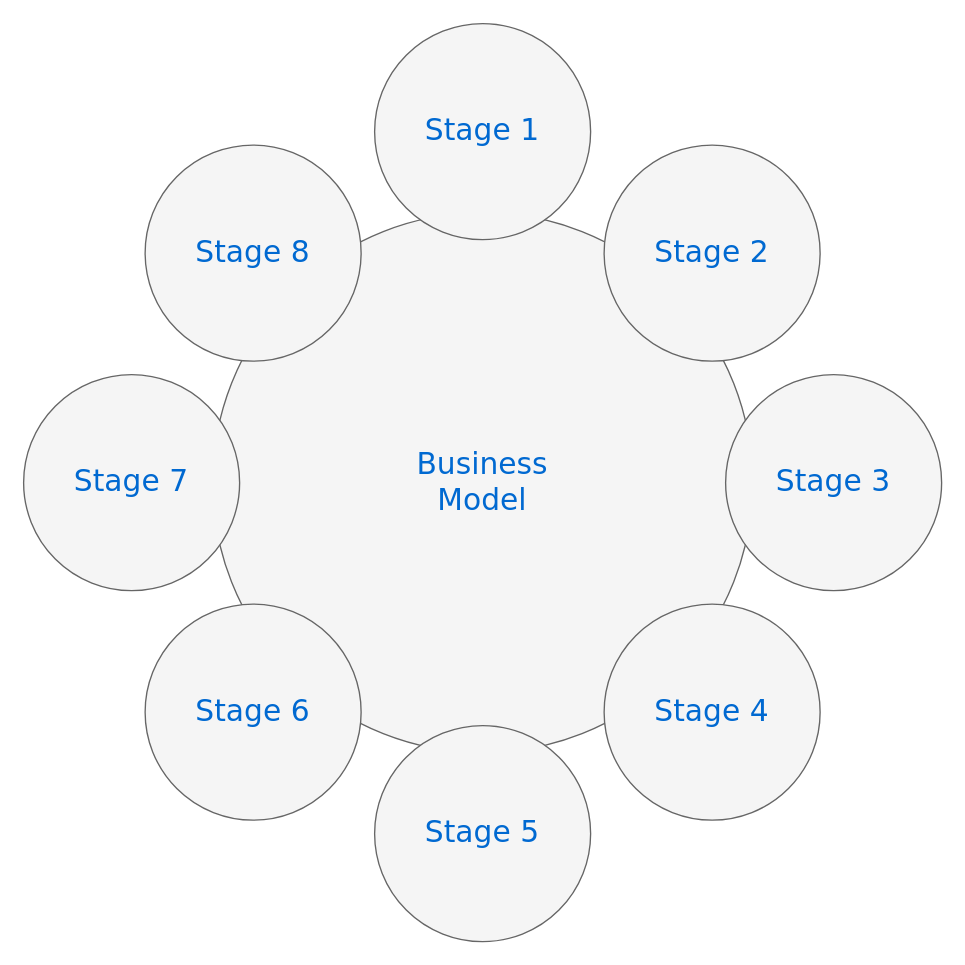
This is public-module/location/Untitled Diagram.drawio from 316189693/drawio, a draw.io file, before an edit. Source tidied: cells renumbered, new cells numbered last; positions are measured from the earlier drawing's top-left corner, leaving out a move shared by most shapes. Both pictures are drawn from the tidied source at 135%, with x=0, y=0 at pixel (23, 23).
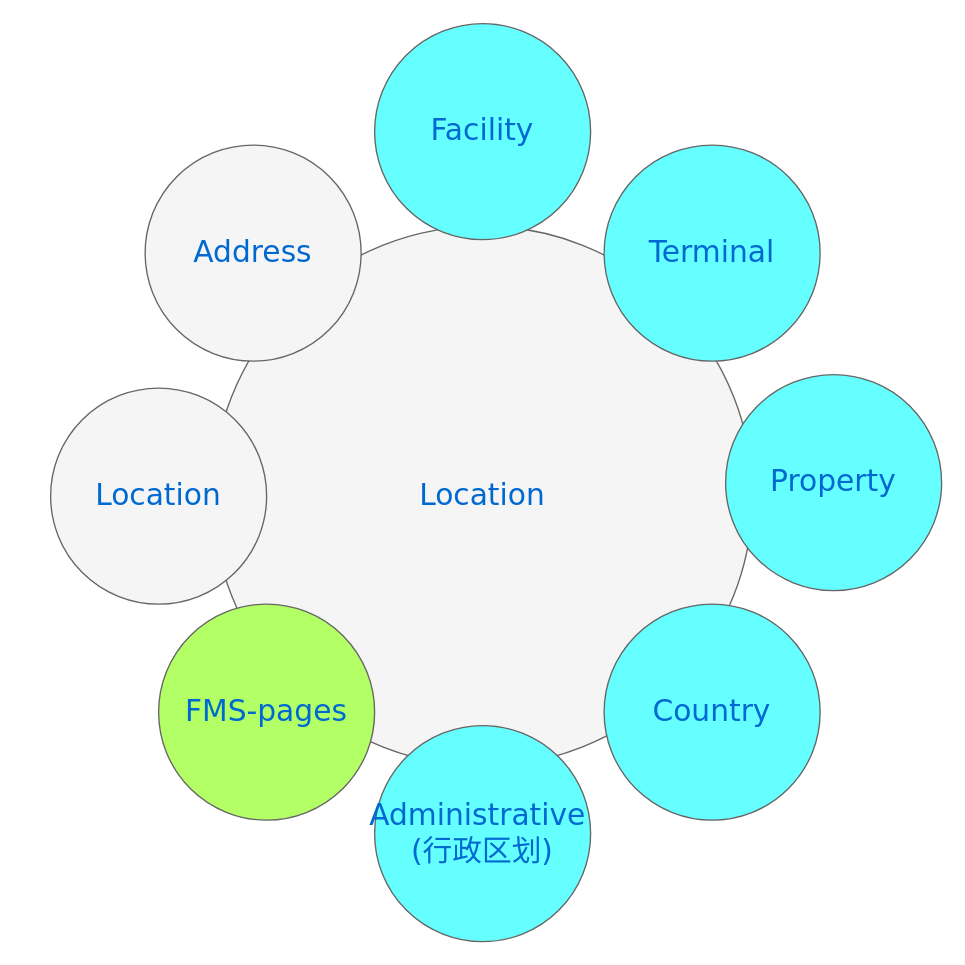
The same diagram, later.

The edit, as a diff of the source:
```diff
@@
 <mxGraphModel>
   <root>
     <mxCell id="0" />
     <mxCell id="1" parent="0" />
-    <mxCell id="2" value="Business&lt;div&gt;Model&lt;/div&gt;" style="ellipse;whiteSpace=wrap;html=1;rounded=0;shadow=0;dashed=0;comic=0;fontFamily=Verdana;fontSize=22;fontColor=#0069D1;fillColor=#f5f5f5;strokeColor=#666666;" parent="1" vertex="1">
-      <mxGeometry x="140" y="140" width="400" height="400" as="geometry" />
+    <mxCell id="2" value="Location" style="ellipse;whiteSpace=wrap;html=1;rounded=0;shadow=0;dashed=0;comic=0;fontFamily=Verdana;fontSize=22;fontColor=#0069D1;fillColor=#f5f5f5;strokeColor=#666666;" parent="1" vertex="1">
+      <mxGeometry x="140" y="150" width="400" height="400" as="geometry" />
     </mxCell>
-    <mxCell id="3" value="Stage 1" style="ellipse;whiteSpace=wrap;html=1;rounded=0;shadow=0;dashed=0;comic=0;fontFamily=Verdana;fontSize=22;fontColor=#0069D1;fillColor=#f5f5f5;strokeColor=#666666;" parent="1" vertex="1">
+    <mxCell id="3" value="Facility" style="ellipse;whiteSpace=wrap;html=1;rounded=0;shadow=0;dashed=0;comic=0;fontFamily=Verdana;fontSize=22;fontColor=#0069D1;fillColor=#66FFFF;strokeColor=#666666;" parent="1" vertex="1">
       <mxGeometry x="260" width="160" height="160" as="geometry" />
     </mxCell>
-    <mxCell id="4" value="Stage 5" style="ellipse;whiteSpace=wrap;html=1;rounded=0;shadow=0;dashed=0;comic=0;fontFamily=Verdana;fontSize=22;fontColor=#0069D1;fillColor=#f5f5f5;strokeColor=#666666;" parent="1" vertex="1">
+    <mxCell id="4" value="Administrative&amp;nbsp;&lt;div&gt;(行政区划)&lt;/div&gt;" style="ellipse;whiteSpace=wrap;html=1;rounded=0;shadow=0;dashed=0;comic=0;fontFamily=Verdana;fontSize=22;fontColor=#0069D1;fillColor=#66FFFF;strokeColor=#666666;" parent="1" vertex="1">
       <mxGeometry x="260" y="520" width="160" height="160" as="geometry" />
     </mxCell>
-    <mxCell id="5" value="Stage 3" style="ellipse;whiteSpace=wrap;html=1;rounded=0;shadow=0;dashed=0;comic=0;fontFamily=Verdana;fontSize=22;fontColor=#0069D1;fillColor=#f5f5f5;strokeColor=#666666;" parent="1" vertex="1">
+    <mxCell id="5" value="Property" style="ellipse;whiteSpace=wrap;html=1;rounded=0;shadow=0;dashed=0;comic=0;fontFamily=Verdana;fontSize=22;fontColor=#0069D1;fillColor=#66FFFF;strokeColor=#666666;" parent="1" vertex="1">
       <mxGeometry x="520" y="260" width="160" height="160" as="geometry" />
     </mxCell>
-    <mxCell id="6" value="Stage 7" style="ellipse;whiteSpace=wrap;html=1;rounded=0;shadow=0;dashed=0;comic=0;fontFamily=Verdana;fontSize=22;fontColor=#0069D1;fillColor=#f5f5f5;strokeColor=#666666;" parent="1" vertex="1">
-      <mxGeometry y="260" width="160" height="160" as="geometry" />
+    <mxCell id="6" value="FMS-pages" style="ellipse;whiteSpace=wrap;html=1;rounded=0;shadow=0;dashed=0;comic=0;fontFamily=Verdana;fontSize=22;fontColor=#0069D1;fillColor=#B3FF66;strokeColor=#666666;" parent="1" vertex="1">
+      <mxGeometry x="100" y="430" width="160" height="160" as="geometry" />
     </mxCell>
-    <mxCell id="7" value="Stage 8" style="ellipse;whiteSpace=wrap;html=1;rounded=0;shadow=0;dashed=0;comic=0;fontFamily=Verdana;fontSize=22;fontColor=#0069D1;fillColor=#f5f5f5;strokeColor=#666666;" parent="1" vertex="1">
+    <mxCell id="7" value="Address" style="ellipse;whiteSpace=wrap;html=1;rounded=0;shadow=0;dashed=0;comic=0;fontFamily=Verdana;fontSize=22;fontColor=#0069D1;fillColor=#f5f5f5;strokeColor=#666666;" parent="1" vertex="1">
       <mxGeometry x="90" y="90" width="160" height="160" as="geometry" />
     </mxCell>
-    <mxCell id="8" value="Stage 2" style="ellipse;whiteSpace=wrap;html=1;rounded=0;shadow=0;dashed=0;comic=0;fontFamily=Verdana;fontSize=22;fontColor=#0069D1;fillColor=#f5f5f5;strokeColor=#666666;" parent="1" vertex="1">
+    <mxCell id="8" value="Terminal" style="ellipse;whiteSpace=wrap;html=1;rounded=0;shadow=0;dashed=0;comic=0;fontFamily=Verdana;fontSize=22;fontColor=#0069D1;fillColor=#66FFFF;strokeColor=#666666;" parent="1" vertex="1">
       <mxGeometry x="430" y="90" width="160" height="160" as="geometry" />
     </mxCell>
-    <mxCell id="9" value="Stage 4" style="ellipse;whiteSpace=wrap;html=1;rounded=0;shadow=0;dashed=0;comic=0;fontFamily=Verdana;fontSize=22;fontColor=#0069D1;fillColor=#f5f5f5;strokeColor=#666666;" parent="1" vertex="1">
+    <mxCell id="9" value="Country" style="ellipse;whiteSpace=wrap;html=1;rounded=0;shadow=0;dashed=0;comic=0;fontFamily=Verdana;fontSize=22;fontColor=#0069D1;fillColor=#66FFFF;strokeColor=#666666;" parent="1" vertex="1">
       <mxGeometry x="430" y="430" width="160" height="160" as="geometry" />
     </mxCell>
-    <mxCell id="10" value="Stage 6" style="ellipse;whiteSpace=wrap;html=1;rounded=0;shadow=0;dashed=0;comic=0;fontFamily=Verdana;fontSize=22;fontColor=#0069D1;fillColor=#f5f5f5;strokeColor=#666666;" parent="1" vertex="1">
-      <mxGeometry x="90" y="430" width="160" height="160" as="geometry" />
+    <mxCell id="10" value="Location" style="ellipse;whiteSpace=wrap;html=1;rounded=0;shadow=0;dashed=0;comic=0;fontFamily=Verdana;fontSize=22;fontColor=#0069D1;fillColor=#f5f5f5;strokeColor=#666666;" parent="1" vertex="1">
+      <mxGeometry x="20" y="270" width="160" height="160" as="geometry" />
     </mxCell>
   </root>
 </mxGraphModel>
```
